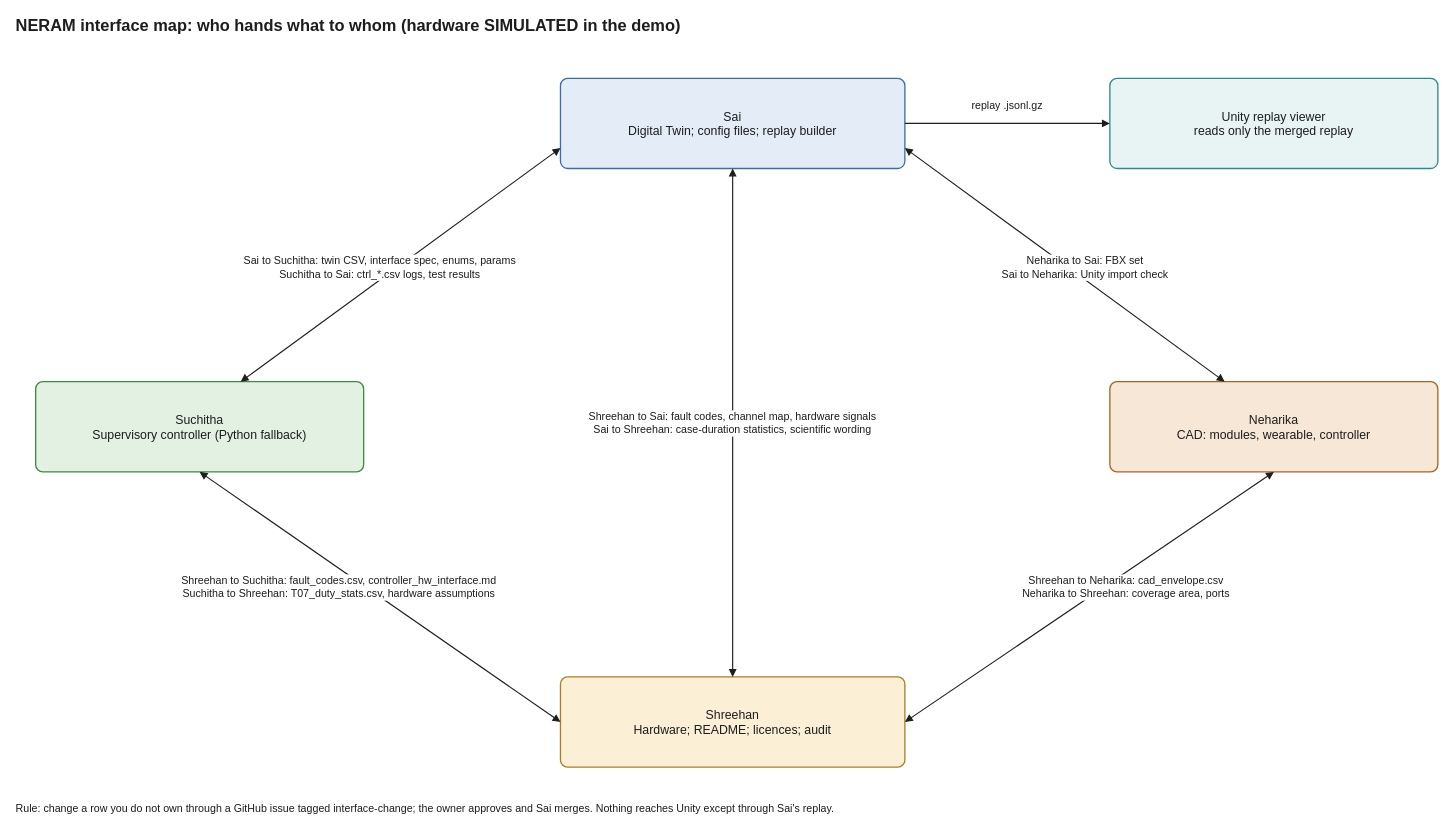
Earlier version of the draw.io diagram hardware/diagrams/interface_map.drawio (shreehannayak/neram-thermal-digital-twin). Source tidied: cells renumbered, new cells numbered last; positions are measured from the earlier drawing's top-left corner, leaving out a move shared by most shapes. Both pictures are drawn from the tidied source at 82%, with x=0, y=0 at pixel (14, 14).
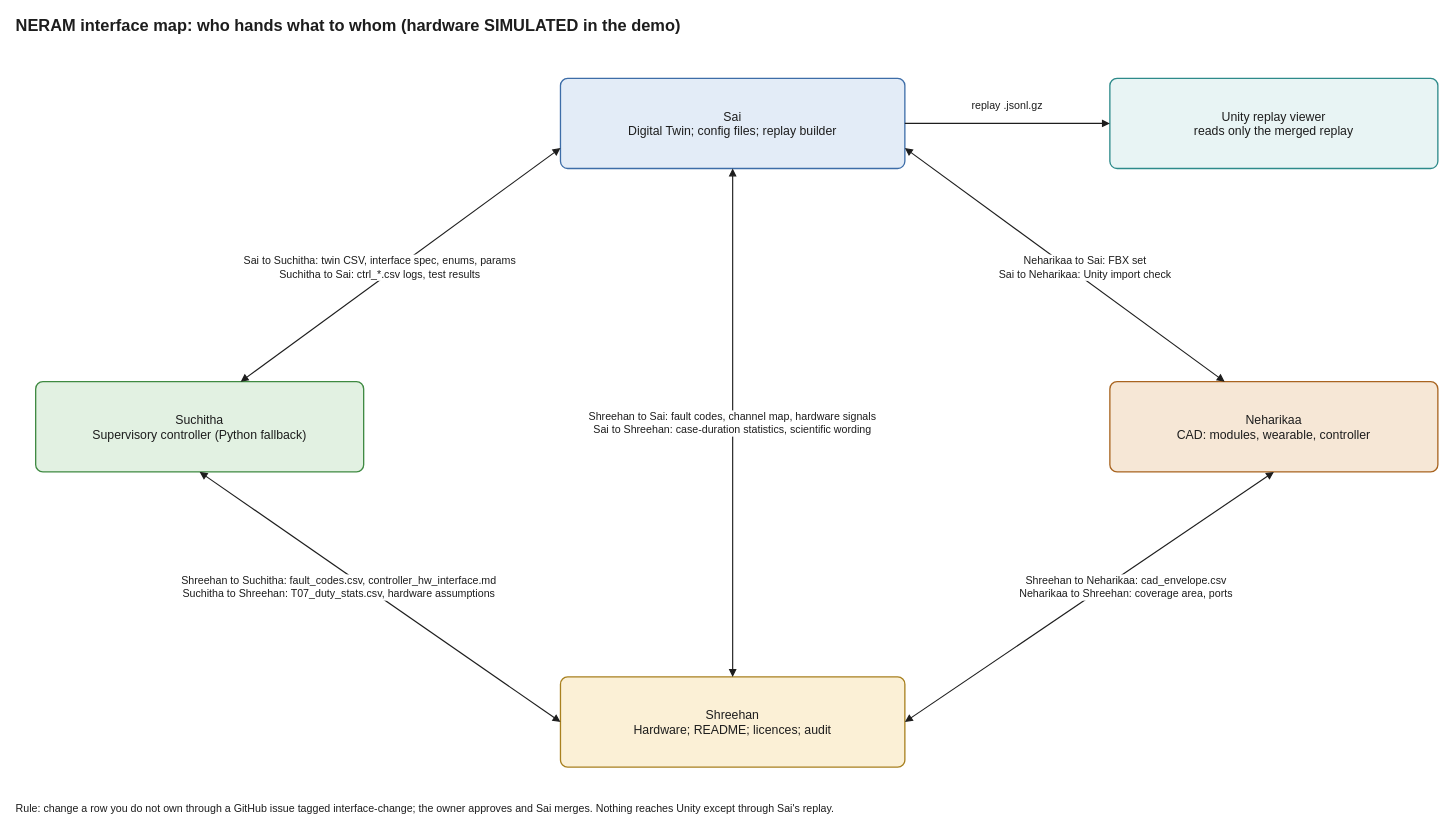
Above is the later version.

The edit, as a diff of the source:
```diff
@@
-    <mxCell id="5" value="Neharika&#10;CAD: modules, wearable, controller" style="rounded=1;arcSize=8;whiteSpace=wrap;html=0;fillColor=#f6e7d6;strokeColor=#a86420;strokeWidth=1.6;fontColor=#1d1d1d;fontSize=15;" parent="1" vertex="1">
+    <mxCell id="5" value="Neharikaa&#10;CAD: modules, wearable, controller" style="rounded=1;arcSize=8;whiteSpace=wrap;html=0;fillColor=#f6e7d6;strokeColor=#a86420;strokeWidth=1.6;fontColor=#1d1d1d;fontSize=15;" parent="1" vertex="1">
       <mxGeometry x="1336" y="448" width="400" height="110" as="geometry" />
     </mxCell>
@@
-    <mxCell id="14" value="Neharika to Sai: FBX set&#10;Sai to Neharika: Unity import check" style="text;html=0;align=center;verticalAlign=middle;labelBackgroundColor=#ffffff;fontSize=13;fontColor=#1d1d1d;" parent="1" vertex="1">
-      <mxGeometry x="1148.5" y="290" width="315" height="36" as="geometry" />
+    <mxCell id="14" value="Neharikaa to Sai: FBX set&#10;Sai to Neharikaa: Unity import check" style="text;html=0;align=center;verticalAlign=middle;labelBackgroundColor=#ffffff;fontSize=13;fontColor=#1d1d1d;" parent="1" vertex="1">
+      <mxGeometry x="1144" y="290" width="324" height="36" as="geometry" />
     </mxCell>
@@
-    <mxCell id="18" value="Shreehan to Neharika: cad_envelope.csv&#10;Neharika to Shreehan: coverage area, ports" style="text;html=0;align=center;verticalAlign=middle;labelBackgroundColor=#ffffff;fontSize=13;fontColor=#1d1d1d;" parent="1" vertex="1">
-      <mxGeometry x="1167" y="680" width="378" height="36" as="geometry" />
+    <mxCell id="18" value="Shreehan to Neharikaa: cad_envelope.csv&#10;Neharikaa to Shreehan: coverage area, ports" style="text;html=0;align=center;verticalAlign=middle;labelBackgroundColor=#ffffff;fontSize=13;fontColor=#1d1d1d;" parent="1" vertex="1">
+      <mxGeometry x="1162.5" y="680" width="387" height="36" as="geometry" />
     </mxCell>
```
